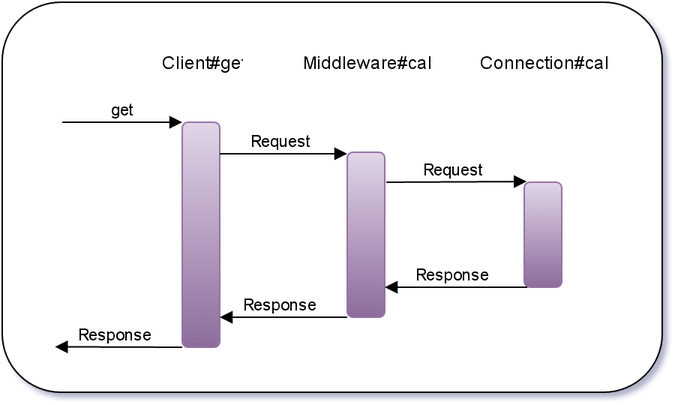
The draw.io diagram images/time_diagram.png in crystal-community/cossack, before a commit. Source tidied: cells renumbered, new cells last; positions are measured from the earlier drawing's top-left corner, leaving out a move shared by most shapes. The source it was exported from:
```xml
<mxGraphModel background="#ffffff">
  <root>
    <mxCell id="0" />
    <mxCell id="1" parent="0" />
    <mxCell id="2" style="rounded=1;whiteSpace=wrap;html=1;strokeColor=#000000;strokeWidth=1;fillColor=#ffffff;" parent="1" vertex="1">
      <mxGeometry width="440" height="260" as="geometry" />
    </mxCell>
    <mxCell id="3" style="group;" parent="1" vertex="1">
      <mxGeometry x="93" y="20" width="316" height="210" as="geometry" />
    </mxCell>
    <mxCell id="4" style="group;" parent="3" vertex="1">
      <mxGeometry width="316" height="210" as="geometry" />
    </mxCell>
    <mxCell id="5" value="get" style="html=1;verticalAlign=bottom;endArrow=block;" parent="4" edge="1">
      <mxGeometry relative="1" as="geometry">
        <mxPoint x="-53" y="60" as="sourcePoint" />
        <mxPoint x="27" y="60" as="targetPoint" />
      </mxGeometry>
    </mxCell>
    <mxCell id="6" style="whiteSpace=wrap;html=1;strokeWidth=1;rounded=1;plain-purple;" parent="4" vertex="1">
      <mxGeometry x="27" y="60" width="25" height="150" as="geometry" />
    </mxCell>
    <mxCell id="7" style="whiteSpace=wrap;html=1;strokeWidth=1;rounded=1;plain-purple;" parent="4" vertex="1">
      <mxGeometry x="137" y="80" width="25" height="110" as="geometry" />
    </mxCell>
    <mxCell id="8" style="whiteSpace=wrap;html=1;strokeWidth=1;rounded=1;plain-purple;" parent="4" vertex="1">
      <mxGeometry x="255" y="100" width="25" height="70" as="geometry" />
    </mxCell>
    <mxCell id="9" value="Request" style="html=1;verticalAlign=bottom;endArrow=block;" parent="4" edge="1">
      <mxGeometry x="52" y="81" as="geometry">
        <mxPoint x="52" y="81" as="sourcePoint" />
        <mxPoint x="137" y="81" as="targetPoint" />
      </mxGeometry>
    </mxCell>
    <mxCell id="10" value="Request" style="html=1;verticalAlign=bottom;endArrow=block;entryX=0.058;entryY=-0.002;entryPerimeter=0;" parent="4" edge="1" target="8">
      <mxGeometry x="62" y="80" as="geometry">
        <mxPoint x="163" y="100" as="sourcePoint" />
      </mxGeometry>
    </mxCell>
    <mxCell id="11" value="Response" style="html=1;verticalAlign=bottom;endArrow=block;" parent="4" edge="1">
      <mxGeometry x="60" y="165" as="geometry">
        <mxPoint x="257" y="170" as="sourcePoint" />
        <mxPoint x="162" y="170" as="targetPoint" />
      </mxGeometry>
    </mxCell>
    <mxCell id="12" value="Response" style="html=1;verticalAlign=bottom;endArrow=block;" parent="4" edge="1">
      <mxGeometry x="-60" y="175" as="geometry">
        <mxPoint x="137" y="190" as="sourcePoint" />
        <mxPoint x="52" y="190" as="targetPoint" />
      </mxGeometry>
    </mxCell>
    <mxCell id="13" value="Response" style="html=1;verticalAlign=bottom;endArrow=block;entryX=1.007;entryY=0.887;entryPerimeter=0;" parent="4" edge="1">
      <mxGeometry x="-170" y="205" as="geometry">
        <mxPoint x="27" y="210" as="sourcePoint" />
        <mxPoint x="-57.9" y="209.7" as="targetPoint" />
      </mxGeometry>
    </mxCell>
    <mxCell id="14" value="Client#get" style="text;html=1;strokeColor=none;fillColor=none;align=center;verticalAlign=middle;whiteSpace=wrap;overflow=hidden;rounded=1;" parent="4" vertex="1">
      <mxGeometry width="80" height="40" as="geometry" />
    </mxCell>
    <mxCell id="15" value="Middleware#call" style="text;html=1;strokeColor=none;fillColor=none;align=center;verticalAlign=middle;whiteSpace=wrap;overflow=hidden;rounded=1;" parent="4" vertex="1">
      <mxGeometry x="101" width="97" height="40" as="geometry" />
    </mxCell>
    <mxCell id="16" value="Connection#call" style="text;html=1;strokeColor=none;fillColor=none;align=center;verticalAlign=middle;whiteSpace=wrap;overflow=hidden;rounded=1;" parent="4" vertex="1">
      <mxGeometry x="219" width="97" height="40" as="geometry" />
    </mxCell>
  </root>
</mxGraphModel>
```
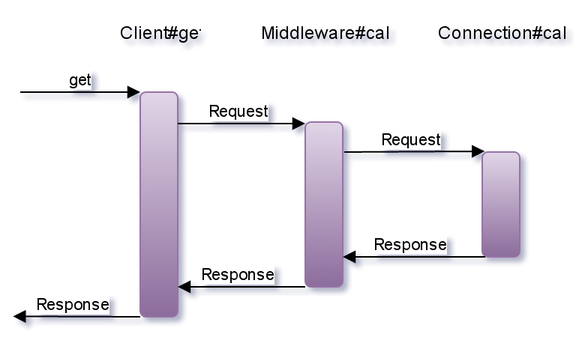
The same diagram one commit later.

Commit message:
Update time diagram

Diff of the diagram source:
```diff
@@ -2,9 +2,6 @@
   <root>
     <mxCell id="0" />
     <mxCell id="1" parent="0" />
-    <mxCell id="2" style="rounded=1;whiteSpace=wrap;html=1;strokeColor=#000000;strokeWidth=1;fillColor=#ffffff;" parent="1" vertex="1">
-      <mxGeometry width="440" height="260" as="geometry" />
-    </mxCell>
     <mxCell id="3" style="group;" parent="1" vertex="1">
       <mxGeometry x="93" y="20" width="316" height="210" as="geometry" />
     </mxCell>
```
